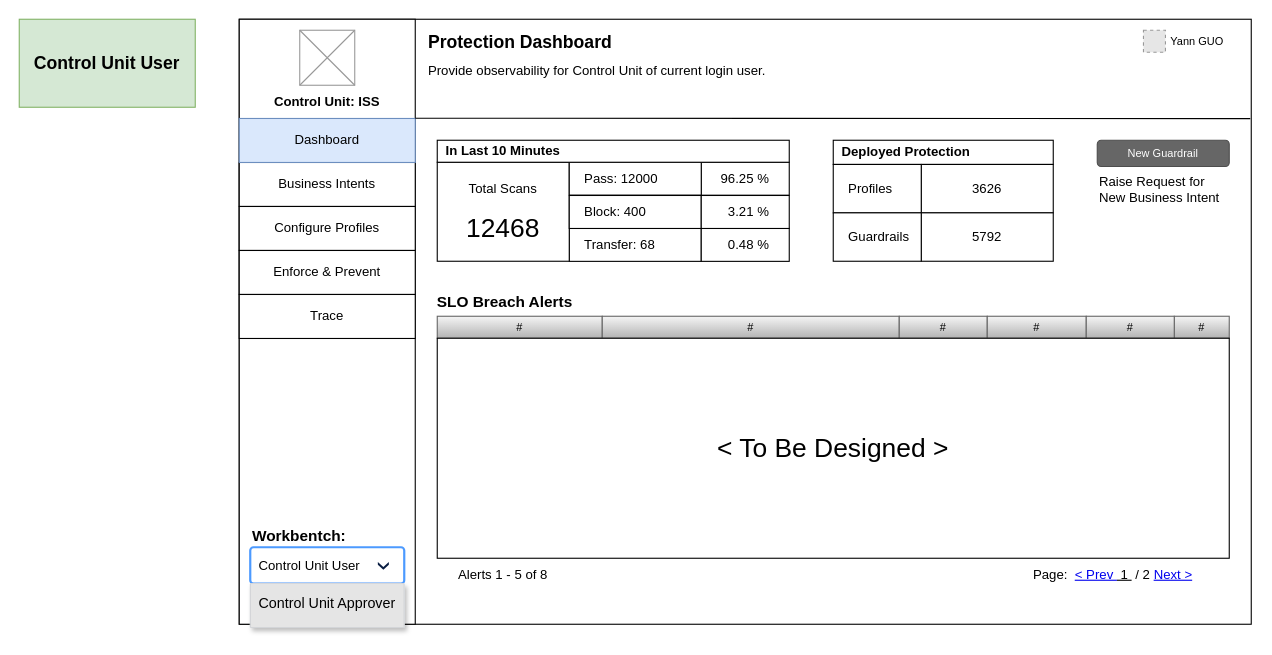
thinker-g/fx-drive keeps this draw.io diagram as page "CUU-Dashboard" (2 of 19) of NMGR.drawio. Above is the earlier version. Source tidied: cells renumbered, new cells numbered last; positions are measured from the earlier drawing's top-left corner, leaving out a move shared by most shapes. Both pictures are drawn from the tidied source at 110%, with x=0, y=0 at pixel (19, 19). Pictures stored in the file or linked from it are replaced by grey dashed boxes.
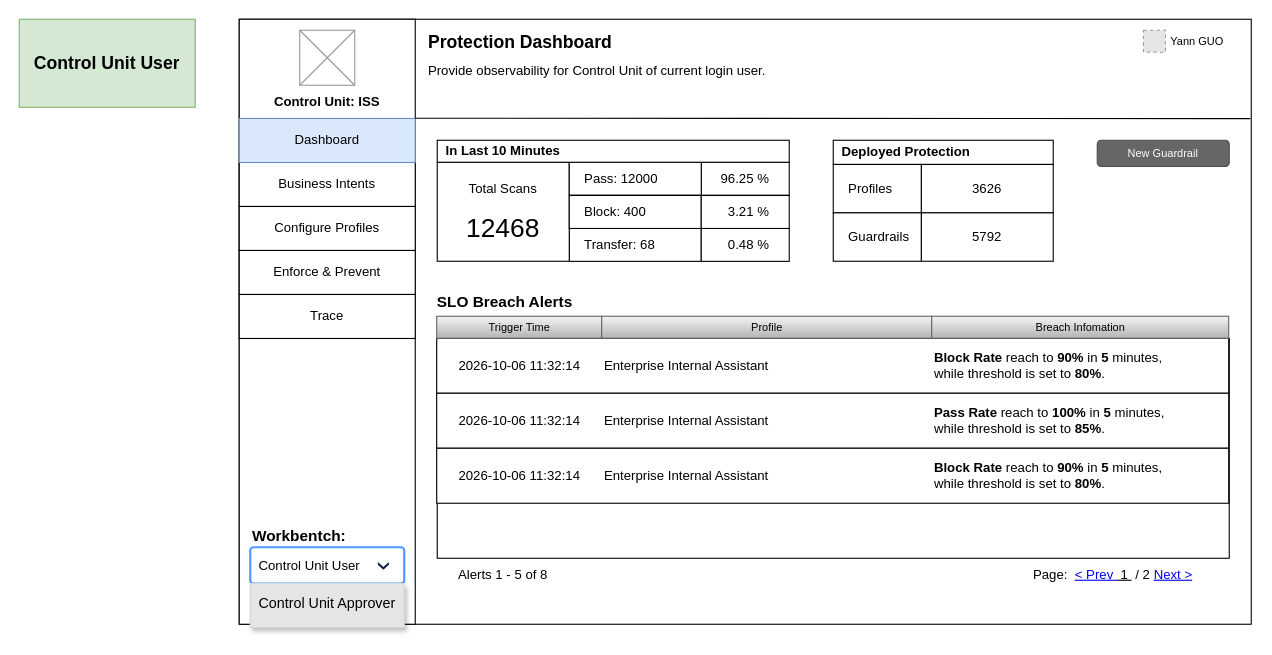
After the change.

Unchanged cells that the change refers to:
```xml
<mxCell id="21" style="group;" parent="1" vertex="1">
  <mxGeometry x="360" y="90" width="759.1" height="430" as="geometry" />
</mxCell>
```

The edit, as a diff of the source:
```diff
@@
     <mxCell id="14" value="Workbentch:" style="text;html=1;whiteSpace=wrap;strokeColor=none;fillColor=none;align=left;verticalAlign=middle;rounded=0;fontSize=14;fontStyle=1;" parent="1" vertex="1">
-      <mxGeometry x="210" y="460" width="110" height="20" as="geometry" />
+      <mxGeometry x="210" y="460" width="140" height="20" as="geometry" />
     </mxCell>
@@
-    <mxCell id="29" value="#" style="whiteSpace=wrap;html=1;shadow=0;dashed=0;fontSize=10;align=center;fillColor=#f5f5f5;strokeColor=#666666;gradientColor=#b3b3b3;" parent="21" vertex="1">
-      <mxGeometry x="20" y="180" width="150" height="20" as="geometry" />
-    </mxCell>
-    <mxCell id="30" value="#" style="whiteSpace=wrap;html=1;shadow=0;dashed=0;fontSize=10;align=center;fillColor=#f5f5f5;strokeColor=#666666;gradientColor=#b3b3b3;" parent="21" vertex="1">
-      <mxGeometry x="170" y="180" width="270" height="20" as="geometry" />
-    </mxCell>
-    <mxCell id="31" value="#" style="whiteSpace=wrap;html=1;shadow=0;dashed=0;fontSize=10;align=center;fillColor=#f5f5f5;strokeColor=#666666;gradientColor=#b3b3b3;" parent="21" vertex="1">
-      <mxGeometry x="440" y="180" width="80" height="20" as="geometry" />
-    </mxCell>
-    <mxCell id="32" value="#" style="whiteSpace=wrap;html=1;shadow=0;dashed=0;fontSize=10;align=center;fillColor=#f5f5f5;strokeColor=#666666;gradientColor=#b3b3b3;" parent="21" vertex="1">
-      <mxGeometry x="520" y="180" width="90" height="20" as="geometry" />
-    </mxCell>
-    <mxCell id="33" value="#" style="whiteSpace=wrap;html=1;shadow=0;dashed=0;fontSize=10;align=center;fillColor=#f5f5f5;strokeColor=#666666;gradientColor=#b3b3b3;" parent="21" vertex="1">
-      <mxGeometry x="690" y="180" width="50" height="20" as="geometry" />
-    </mxCell>
@@
-    <mxCell id="35" value="#" style="whiteSpace=wrap;html=1;shadow=0;dashed=0;fontSize=10;align=center;fillColor=#f5f5f5;strokeColor=#666666;gradientColor=#b3b3b3;" parent="21" vertex="1">
-      <mxGeometry x="610" y="180" width="80" height="20" as="geometry" />
-    </mxCell>
@@
-    <mxCell id="40" value="&lt;font style=&quot;font-size: 24px;&quot;&gt;&amp;lt; To Be Designed &amp;gt;&lt;/font&gt;" style="whiteSpace=wrap;html=1;" parent="21" vertex="1">
+    <mxCell id="40" style="whiteSpace=wrap;html=1;" parent="21" vertex="1">
       <mxGeometry x="20" y="200" width="720" height="200" as="geometry" />
     </mxCell>
@@
-    <mxCell id="42" value="Raise&amp;nbsp;&lt;span style=&quot;background-color: transparent; color: light-dark(rgb(0, 0, 0), rgb(255, 255, 255));&quot;&gt;Request for&lt;/span&gt;&lt;div&gt;&lt;span style=&quot;background-color: transparent; color: light-dark(rgb(0, 0, 0), rgb(255, 255, 255));&quot;&gt;New Business Intent&amp;nbsp;&lt;/span&gt;&lt;/div&gt;" style="text;html=1;whiteSpace=wrap;strokeColor=none;fillColor=none;align=left;verticalAlign=middle;rounded=0;" parent="21" vertex="1">
-      <mxGeometry x="620.3" y="50.2" width="120" height="30" as="geometry" />
-    </mxCell>
@@
+    <mxCell id="52" style="whiteSpace=wrap;html=1;" parent="21" vertex="1">
+      <mxGeometry x="19.5" y="200" width="720" height="50" as="geometry" />
+    </mxCell>
+    <mxCell id="53" value="2026-10-06 11:32:14" style="text;html=1;whiteSpace=wrap;strokeColor=none;fillColor=none;align=center;verticalAlign=middle;rounded=0;" parent="21" vertex="1">
+      <mxGeometry x="19.5" y="200" width="150" height="50" as="geometry" />
+    </mxCell>
+    <mxCell id="29" value="Trigger Time" style="whiteSpace=wrap;html=1;shadow=0;dashed=0;fontSize=10;align=center;fillColor=#f5f5f5;strokeColor=#666666;gradientColor=#b3b3b3;" parent="21" vertex="1">
+      <mxGeometry x="19.5" y="180" width="150" height="20" as="geometry" />
+    </mxCell>
+    <mxCell id="30" value="Profile" style="whiteSpace=wrap;html=1;shadow=0;dashed=0;fontSize=10;align=center;fillColor=#f5f5f5;strokeColor=#666666;gradientColor=#b3b3b3;" parent="21" vertex="1">
+      <mxGeometry x="169.5" y="180" width="300" height="20" as="geometry" />
+    </mxCell>
+    <mxCell id="54" value="Enterprise Internal Assistant" style="text;html=1;whiteSpace=wrap;strokeColor=none;fillColor=none;align=left;verticalAlign=middle;rounded=0;" parent="21" vertex="1">
+      <mxGeometry x="169.5" y="200" width="300" height="50" as="geometry" />
+    </mxCell>
+    <mxCell id="55" value="Breach Infomation" style="whiteSpace=wrap;html=1;shadow=0;dashed=0;fontSize=10;align=center;fillColor=#f5f5f5;strokeColor=#666666;gradientColor=#b3b3b3;" parent="21" vertex="1">
+      <mxGeometry x="469.5" y="180" width="270" height="20" as="geometry" />
+    </mxCell>
+    <mxCell id="56" value="&lt;b&gt;Block Rate&lt;/b&gt; reach to &lt;b&gt;90%&lt;/b&gt; in &lt;b&gt;5&lt;/b&gt; minutes,&amp;nbsp;&lt;div&gt;while threshold is set to &lt;b&gt;80%&lt;/b&gt;.&lt;/div&gt;" style="text;html=1;whiteSpace=wrap;strokeColor=none;fillColor=none;align=left;verticalAlign=middle;rounded=0;" parent="21" vertex="1">
+      <mxGeometry x="469.5" y="200" width="270" height="50" as="geometry" />
+    </mxCell>
+    <mxCell id="57" style="whiteSpace=wrap;html=1;" parent="21" vertex="1">
+      <mxGeometry x="19.5" y="250" width="720" height="50" as="geometry" />
+    </mxCell>
+    <mxCell id="58" value="2026-10-06 11:32:14" style="text;html=1;whiteSpace=wrap;strokeColor=none;fillColor=none;align=center;verticalAlign=middle;rounded=0;" parent="21" vertex="1">
+      <mxGeometry x="19.5" y="250" width="150" height="50" as="geometry" />
+    </mxCell>
+    <mxCell id="59" value="Enterprise Internal Assistant" style="text;html=1;whiteSpace=wrap;strokeColor=none;fillColor=none;align=left;verticalAlign=middle;rounded=0;" parent="21" vertex="1">
+      <mxGeometry x="169.5" y="250" width="300" height="50" as="geometry" />
+    </mxCell>
+    <mxCell id="60" value="&lt;b&gt;Pass Rate&lt;/b&gt; reach to &lt;b&gt;100%&lt;/b&gt; in &lt;b&gt;5&lt;/b&gt; minutes,&amp;nbsp;&lt;div&gt;while threshold is set to &lt;b&gt;85%&lt;/b&gt;.&lt;/div&gt;" style="text;html=1;whiteSpace=wrap;strokeColor=none;fillColor=none;align=left;verticalAlign=middle;rounded=0;" parent="21" vertex="1">
+      <mxGeometry x="469.5" y="250" width="270" height="50" as="geometry" />
+    </mxCell>
+    <mxCell id="61" style="whiteSpace=wrap;html=1;" parent="21" vertex="1">
+      <mxGeometry x="19.5" y="300" width="720" height="50" as="geometry" />
+    </mxCell>
+    <mxCell id="62" value="2026-10-06 11:32:14" style="text;html=1;whiteSpace=wrap;strokeColor=none;fillColor=none;align=center;verticalAlign=middle;rounded=0;" parent="21" vertex="1">
+      <mxGeometry x="19.5" y="300" width="150" height="50" as="geometry" />
+    </mxCell>
+    <mxCell id="63" value="Enterprise Internal Assistant" style="text;html=1;whiteSpace=wrap;strokeColor=none;fillColor=none;align=left;verticalAlign=middle;rounded=0;" parent="21" vertex="1">
+      <mxGeometry x="169.5" y="300" width="300" height="50" as="geometry" />
+    </mxCell>
+    <mxCell id="64" value="&lt;b&gt;Block Rate&lt;/b&gt; reach to &lt;b&gt;90%&lt;/b&gt; in &lt;b&gt;5&lt;/b&gt; minutes,&amp;nbsp;&lt;div&gt;while threshold is set to &lt;b&gt;80%&lt;/b&gt;.&lt;/div&gt;" style="text;html=1;whiteSpace=wrap;strokeColor=none;fillColor=none;align=left;verticalAlign=middle;rounded=0;" parent="21" vertex="1">
+      <mxGeometry x="469.5" y="300" width="270" height="50" as="geometry" />
+    </mxCell>
```
